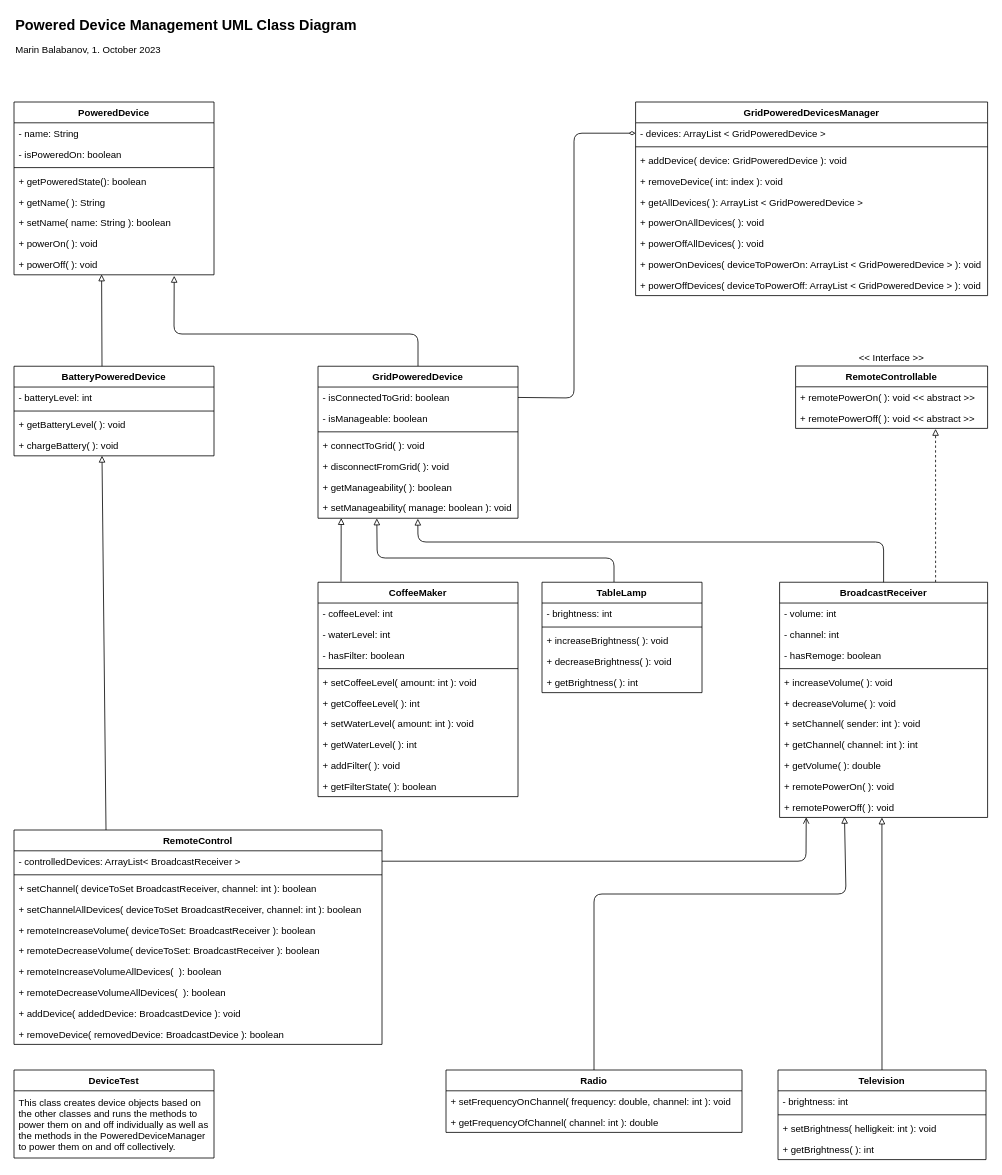
mbalabanov/Devices keeps this draw.io diagram as DevicesUML.drawio. Above is the earlier version. Source tidied: cells renumbered, new cells numbered last; positions are measured from the earlier drawing's top-left corner, leaving out a move shared by most shapes. Both pictures are drawn from the tidied source at 80%, with x=0, y=0 at pixel (14, 14).
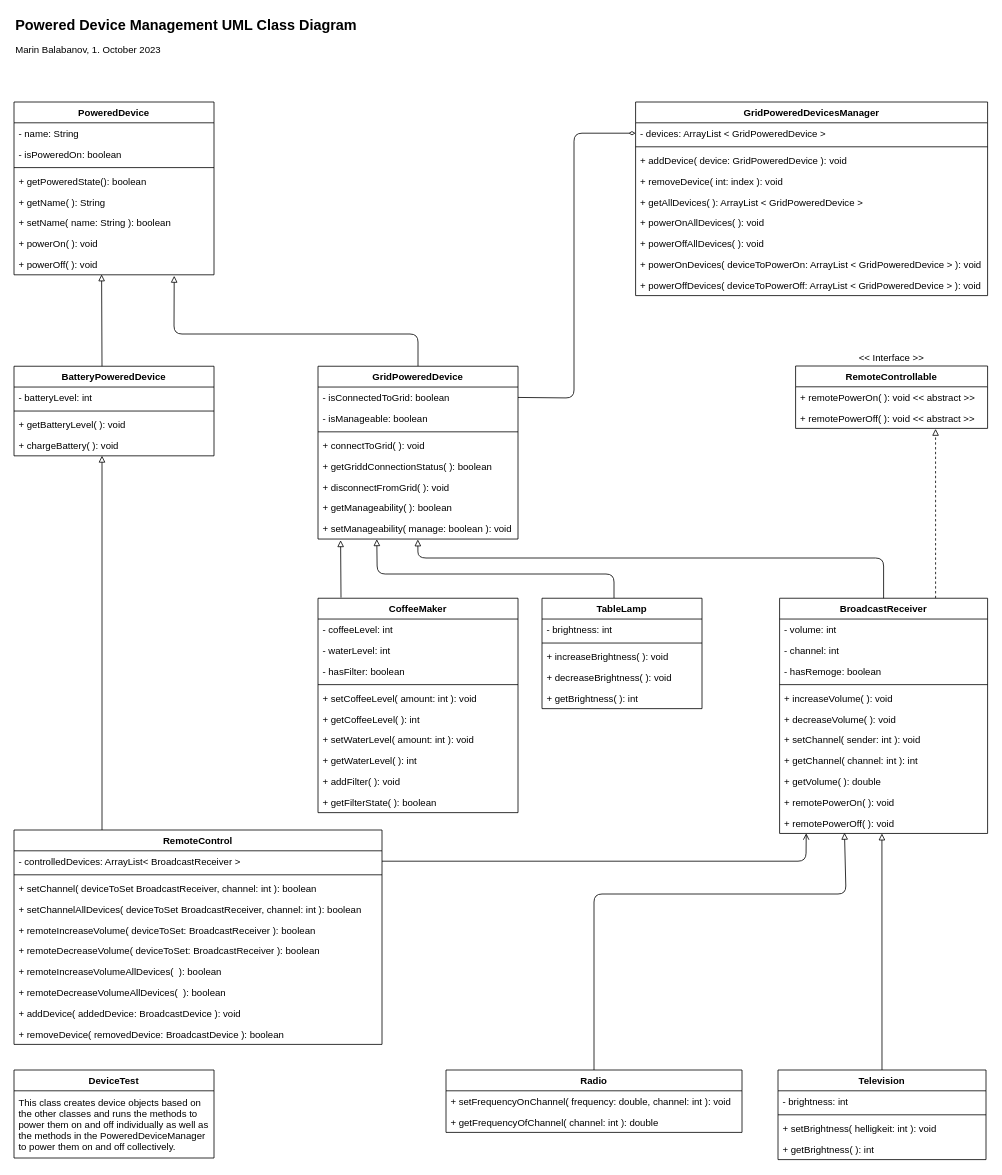
The same diagram, later.

Commit message (it also covers changes not shown here):
Adapts diagram

Unchanged cells that the change refers to:
```xml
<mxCell id="73" value="RemoteControl" style="swimlane;fontStyle=1;align=center;verticalAlign=top;horizontal=1;startSize=26;" parent="1" vertex="1">
  <mxGeometry y="1020" width="460" height="268" as="geometry" />
</mxCell>
<mxCell id="98" value="+ chargeBattery( ): void" style="text;strokeColor=none;fillColor=none;align=left;verticalAlign=top;spacingLeft=4;spacingRight=4;overflow=hidden;points=[[0,0.5],[1,0.5]];portConstraint=eastwest;" parent="94" vertex="1">
  <mxGeometry y="86" width="250" height="26" as="geometry" />
</mxCell>
```

Change to the diagram source:
```diff
@@
     <mxCell id="3" value="GridPoweredDevice" style="swimlane;fontStyle=1;align=center;verticalAlign=top;horizontal=1;startSize=26;" parent="1" vertex="1">
-      <mxGeometry x="380" y="440.3" width="250" height="190" as="geometry" />
+      <mxGeometry x="380" y="440.3" width="250" height="216" as="geometry" />
     </mxCell>
@@
+    <mxCell id="101" value="+ getGriddConnectionStatus( ): boolean" style="text;strokeColor=none;fillColor=none;align=left;verticalAlign=top;spacingLeft=4;spacingRight=4;overflow=hidden;" parent="3" vertex="1">
+      <mxGeometry y="112" width="250" height="26" as="geometry" />
+    </mxCell>
     <mxCell id="8" value="+ disconnectFromGrid( ): void" style="text;strokeColor=none;fillColor=none;align=left;verticalAlign=top;spacingLeft=4;spacingRight=4;overflow=hidden;" parent="3" vertex="1">
-      <mxGeometry y="112" width="250" height="26" as="geometry" />
+      <mxGeometry y="138" width="250" height="26" as="geometry" />
     </mxCell>
     <mxCell id="9" value="+ getManageability( ): boolean" style="text;strokeColor=none;fillColor=none;align=left;verticalAlign=top;spacingLeft=4;spacingRight=4;overflow=hidden;" parent="3" vertex="1">
-      <mxGeometry y="138" width="250" height="26" as="geometry" />
+      <mxGeometry y="164" width="250" height="26" as="geometry" />
     </mxCell>
     <mxCell id="10" value="+ setManageability( manage: boolean ): void" style="text;strokeColor=none;fillColor=none;align=left;verticalAlign=top;spacingLeft=4;spacingRight=4;overflow=hidden;points=[[0,0.5],[1,0.5]];portConstraint=eastwest;" parent="3" vertex="1">
-      <mxGeometry y="164" width="250" height="26" as="geometry" />
+      <mxGeometry y="190" width="250" height="26" as="geometry" />
     </mxCell>
@@
     <mxCell id="22" value="BroadcastReceiver" style="swimlane;fontStyle=1;align=center;verticalAlign=top;horizontal=1;startSize=26;" parent="1" vertex="1">
-      <mxGeometry x="957" y="710.3" width="260" height="294" as="geometry" />
+      <mxGeometry x="957" y="730.3" width="260" height="294" as="geometry" />
     </mxCell>
@@
     <mxCell id="34" value="TableLamp" style="swimlane;fontStyle=1;align=center;verticalAlign=top;horizontal=1;startSize=26;" parent="1" vertex="1">
-      <mxGeometry x="660" y="710.3" width="200" height="138" as="geometry" />
+      <mxGeometry x="660" y="730.3" width="200" height="138" as="geometry" />
     </mxCell>
@@
-    <mxCell id="40" style="edgeStyle=none;html=1;endArrow=block;endFill=0;exitX=0.115;exitY=-0.003;exitDx=0;exitDy=0;exitPerimeter=0;" parent="1" edge="1" source="41">
-      <mxGeometry relative="1" as="geometry">
-        <mxPoint x="409" y="630" as="targetPoint" />
-      </mxGeometry>
+    <mxCell id="40" style="edgeStyle=none;html=1;endArrow=block;endFill=0;exitX=0.115;exitY=-0.003;exitDx=0;exitDy=0;exitPerimeter=0;entryX=0.113;entryY=1.056;entryDx=0;entryDy=0;entryPerimeter=0;" parent="1" edge="1" source="41" target="10">
+      <mxGeometry relative="1" as="geometry" />
     </mxCell>
     <mxCell id="41" value="CoffeeMaker" style="swimlane;fontStyle=1;align=center;verticalAlign=top;horizontal=1;startSize=26;" parent="1" vertex="1">
-      <mxGeometry x="380" y="710.3" width="250" height="268" as="geometry" />
+      <mxGeometry x="380" y="730.3" width="250" height="268" as="geometry" />
     </mxCell>
@@
     <mxCell id="66" style="edgeStyle=none;html=1;endArrow=block;endFill=0;entryX=0.294;entryY=1.008;entryDx=0;entryDy=0;entryPerimeter=0;" parent="1" edge="1" target="10">
       <mxGeometry relative="1" as="geometry">
-        <mxPoint x="750" y="710" as="sourcePoint" />
+        <mxPoint x="750" y="730" as="sourcePoint" />
         <Array as="points">
-          <mxPoint x="750" y="680" />
-          <mxPoint x="454" y="680" />
+          <mxPoint x="750" y="700" />
+          <mxPoint x="454" y="700" />
         </Array>
       </mxGeometry>
     </mxCell>
     <mxCell id="67" style="edgeStyle=none;html=1;endArrow=block;endFill=0;exitX=0.5;exitY=0;exitDx=0;exitDy=0;entryX=0.499;entryY=1.02;entryDx=0;entryDy=0;entryPerimeter=0;" parent="1" edge="1" source="22" target="10">
       <mxGeometry relative="1" as="geometry">
         <Array as="points">
-          <mxPoint x="1087" y="660" />
-          <mxPoint x="505" y="660" />
+          <mxPoint x="1087" y="680" />
+          <mxPoint x="505" y="680" />
         </Array>
       </mxGeometry>
     </mxCell>
@@
-    <mxCell id="72" style="edgeStyle=none;html=1;entryX=0.44;entryY=0.994;entryDx=0;entryDy=0;entryPerimeter=0;endArrow=block;endFill=0;exitX=0.25;exitY=0;exitDx=0;exitDy=0;" parent="1" edge="1" source="73" target="98">
-      <mxGeometry relative="1" as="geometry" />
+    <mxCell id="72" style="edgeStyle=none;html=1;entryX=0.44;entryY=0.994;entryDx=0;entryDy=0;entryPerimeter=0;endArrow=block;endFill=0;" parent="1" edge="1" target="98">
+      <mxGeometry relative="1" as="geometry">
+        <mxPoint x="110" y="1020" as="sourcePoint" />
+      </mxGeometry>
     </mxCell>
```
